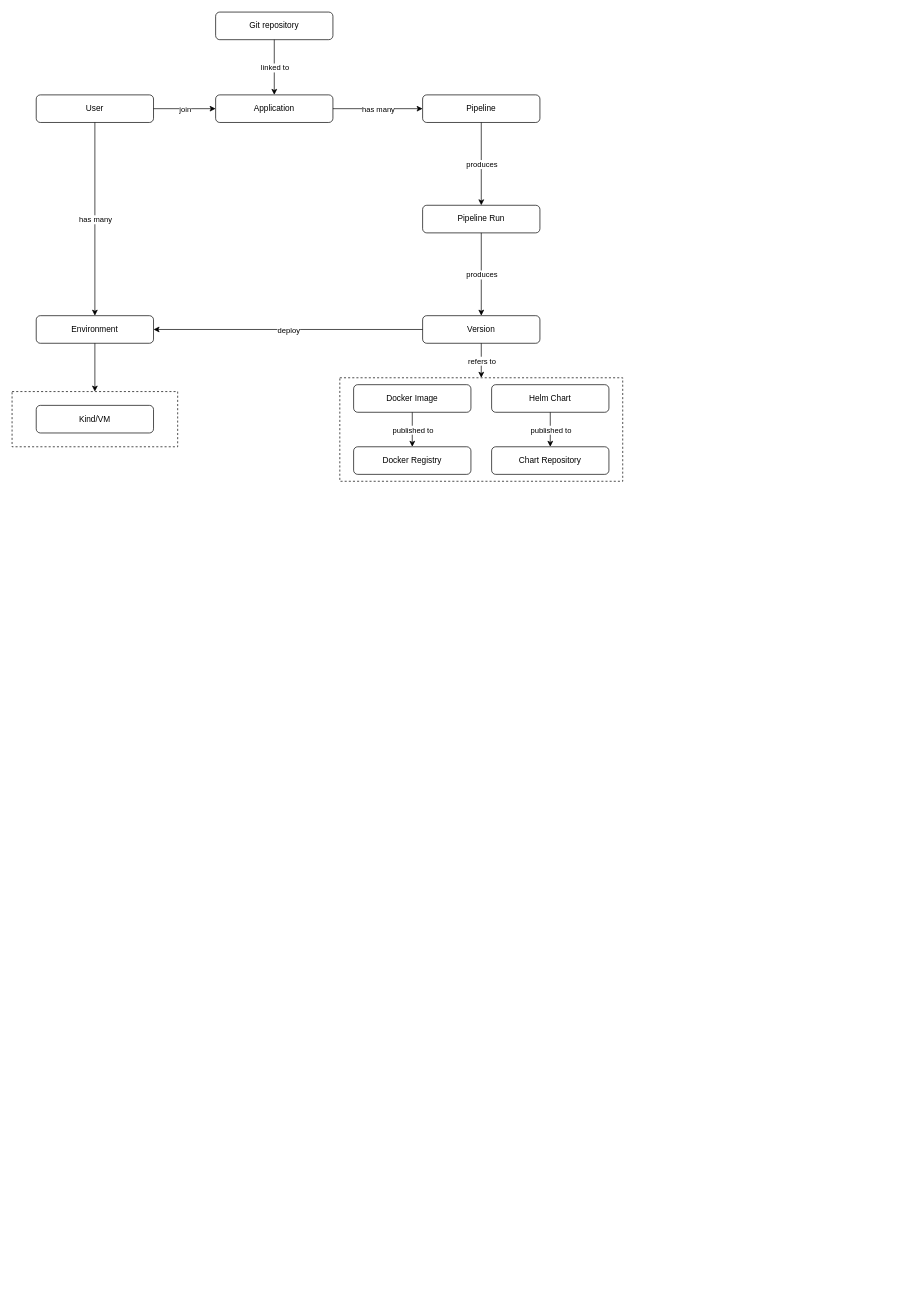
The draw.io diagram Untitled Diagram.drawio in shareinto/diagrams, before the edit. Source tidied: cells renumbered, new cells numbered last; positions are measured from the earlier drawing's top-left corner, leaving out a move shared by most shapes. Both pictures are drawn from the tidied source at 69%, with x=0, y=0 at pixel (12, 12).
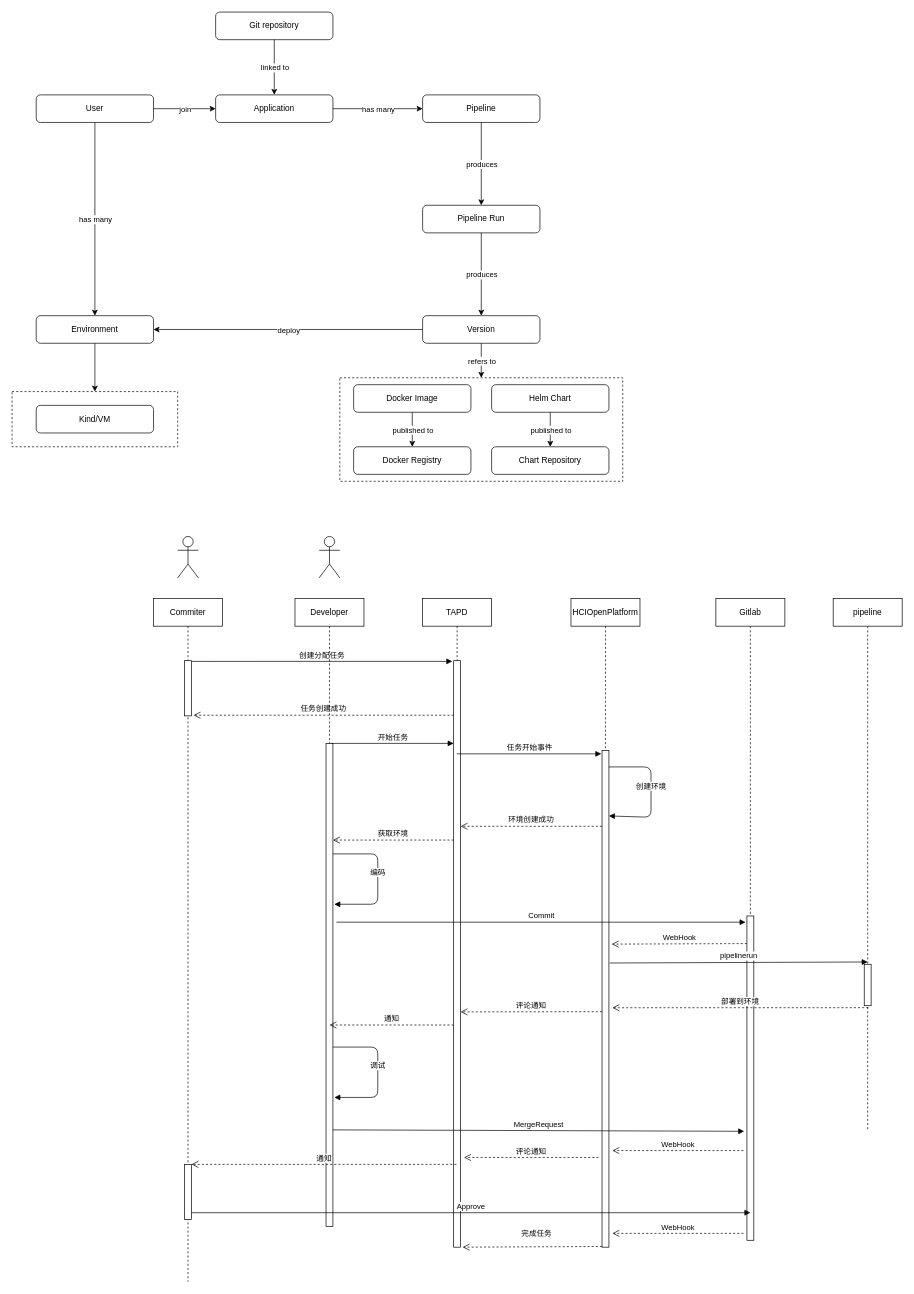
After the change.

What changed in the source:
```diff
@@
+    <mxCell id="37" value="Commiter" style="shape=umlLifeline;perimeter=lifelinePerimeter;whiteSpace=wrap;html=1;" parent="1" vertex="1">
+      <mxGeometry x="205" y="850" width="100" height="990" as="geometry" />
+    </mxCell>
+    <mxCell id="38" style="shape=umlActor;verticalLabelPosition=bottom;verticalAlign=top;html=1;" parent="1" vertex="1">
+      <mxGeometry x="240" y="760" width="30" height="60" as="geometry" />
+    </mxCell>
+    <mxCell id="39" value="TAPD" style="shape=umlLifeline;perimeter=lifelinePerimeter;whiteSpace=wrap;html=1;outlineConnect=0;" parent="1" vertex="1">
+      <mxGeometry x="595" y="850" width="100" height="300" as="geometry" />
+    </mxCell>
+    <mxCell id="40" style="html=1;points=[];perimeter=orthogonalPerimeter;" parent="1" vertex="1">
+      <mxGeometry x="250" y="940" width="10" height="80" as="geometry" />
+    </mxCell>
+    <mxCell id="41" style="html=1;points=[];perimeter=orthogonalPerimeter;" parent="1" vertex="1">
+      <mxGeometry x="640" y="940" width="10" height="850" as="geometry" />
+    </mxCell>
+    <mxCell id="42" value="任务创建成功" style="html=1;verticalAlign=bottom;endArrow=open;dashed=1;endSize=8;entryX=1.3;entryY=0.988;entryDx=0;entryDy=0;entryPerimeter=0;" parent="1" edge="1" source="41" target="40">
+      <mxGeometry relative="1" as="geometry" />
+    </mxCell>
+    <mxCell id="43" value="创建分配任务" style="html=1;verticalAlign=bottom;endArrow=block;exitX=1;exitY=0.013;exitDx=0;exitDy=0;exitPerimeter=0;" parent="1" edge="1" source="40">
+      <mxGeometry relative="1" as="geometry">
+        <mxPoint x="638" y="941" as="targetPoint" />
+      </mxGeometry>
+    </mxCell>
+    <mxCell id="44" value="Developer" style="shape=umlLifeline;perimeter=lifelinePerimeter;whiteSpace=wrap;html=1;" parent="1" vertex="1">
+      <mxGeometry x="410" y="850" width="100" height="620" as="geometry" />
+    </mxCell>
+    <mxCell id="45" style="shape=umlActor;verticalLabelPosition=bottom;verticalAlign=top;html=1;" parent="1" vertex="1">
+      <mxGeometry x="445" y="760" width="30" height="60" as="geometry" />
+    </mxCell>
+    <mxCell id="46" style="html=1;points=[];perimeter=orthogonalPerimeter;" parent="1" vertex="1">
+      <mxGeometry x="455" y="1060" width="10" height="700" as="geometry" />
+    </mxCell>
+    <mxCell id="47" value="开始任务" style="html=1;verticalAlign=bottom;endArrow=block;entryX=0;entryY=0.29;entryDx=0;entryDy=0;entryPerimeter=0;exitX=0.8;exitY=-0.003;exitDx=0;exitDy=0;exitPerimeter=0;" parent="1" edge="1">
+      <mxGeometry relative="1" as="geometry">
+        <mxPoint x="463" y="1059.9" as="sourcePoint" />
+        <mxPoint x="640" y="1059.9" as="targetPoint" />
+      </mxGeometry>
+    </mxCell>
+    <mxCell id="48" value="HCIOpenPlatform" style="shape=umlLifeline;perimeter=lifelinePerimeter;whiteSpace=wrap;html=1;" parent="1" vertex="1">
+      <mxGeometry x="810" y="850" width="100" height="580" as="geometry" />
+    </mxCell>
+    <mxCell id="49" style="html=1;points=[];perimeter=orthogonalPerimeter;" parent="1" vertex="1">
+      <mxGeometry x="855" y="1070" width="10" height="720" as="geometry" />
+    </mxCell>
+    <mxCell id="50" value="任务开始事件" style="html=1;verticalAlign=bottom;endArrow=block;entryX=-0.1;entryY=0.007;entryDx=0;entryDy=0;entryPerimeter=0;" parent="1" edge="1" source="39" target="49">
+      <mxGeometry relative="1" as="geometry" />
+    </mxCell>
+    <mxCell id="51" value="创建环境" style="html=1;verticalAlign=bottom;endArrow=block;" parent="1" edge="1">
+      <mxGeometry relative="1" as="geometry">
+        <mxPoint x="865" y="1094" as="sourcePoint" />
+        <mxPoint x="865" y="1165" as="targetPoint" />
+        <Array as="points">
+          <mxPoint x="926" y="1094" />
+          <mxPoint x="926" y="1167" />
+        </Array>
+      </mxGeometry>
+    </mxCell>
+    <mxCell id="52" value="环境创建成功" style="html=1;verticalAlign=bottom;endArrow=open;dashed=1;endSize=8;" parent="1" edge="1" target="41">
+      <mxGeometry relative="1" as="geometry">
+        <mxPoint x="855" y="1180" as="sourcePoint" />
+      </mxGeometry>
+    </mxCell>
+    <mxCell id="53" value="获取环境" style="html=1;verticalAlign=bottom;endArrow=open;dashed=1;endSize=8;" parent="1" edge="1" target="46">
+      <mxGeometry relative="1" as="geometry">
+        <mxPoint x="640" y="1200" as="sourcePoint" />
+      </mxGeometry>
+    </mxCell>
+    <mxCell id="54" value="编码" style="html=1;verticalAlign=bottom;endArrow=block;exitX=1;exitY=0.096;exitDx=0;exitDy=0;exitPerimeter=0;entryX=1.2;entryY=0.388;entryDx=0;entryDy=0;entryPerimeter=0;" parent="1" edge="1">
+      <mxGeometry relative="1" as="geometry">
+        <mxPoint x="465" y="1220" as="sourcePoint" />
+        <mxPoint x="467" y="1293" as="targetPoint" />
+        <Array as="points">
+          <mxPoint x="530" y="1220" />
+          <mxPoint x="530" y="1293" />
+        </Array>
+      </mxGeometry>
+    </mxCell>
+    <mxCell id="55" value="Gitlab" style="shape=umlLifeline;perimeter=lifelinePerimeter;whiteSpace=wrap;html=1;" parent="1" vertex="1">
+      <mxGeometry x="1020" y="850" width="100" height="580" as="geometry" />
+    </mxCell>
+    <mxCell id="56" value="Commit" style="html=1;verticalAlign=bottom;endArrow=block;" parent="1" edge="1">
+      <mxGeometry relative="1" as="geometry">
+        <mxPoint x="470" y="1319" as="sourcePoint" />
+        <mxPoint x="1063" y="1319" as="targetPoint" />
+      </mxGeometry>
+    </mxCell>
+    <mxCell id="57" style="html=1;points=[];perimeter=orthogonalPerimeter;" parent="1" vertex="1">
+      <mxGeometry x="1065" y="1310" width="10" height="470" as="geometry" />
+    </mxCell>
+    <mxCell id="58" value="pipeline" style="shape=umlLifeline;perimeter=lifelinePerimeter;whiteSpace=wrap;html=1;outlineConnect=0;" parent="1" vertex="1">
+      <mxGeometry x="1190" y="850" width="100" height="770" as="geometry" />
+    </mxCell>
+    <mxCell id="59" value="WebHook" style="html=1;verticalAlign=bottom;endArrow=open;dashed=1;endSize=8;entryX=1.4;entryY=0.39;entryDx=0;entryDy=0;entryPerimeter=0;" parent="1" edge="1" target="49">
+      <mxGeometry relative="1" as="geometry">
+        <mxPoint x="1065" y="1350" as="sourcePoint" />
+      </mxGeometry>
+    </mxCell>
+    <mxCell id="60" value="pipelinerun" style="html=1;verticalAlign=bottom;endArrow=block;exitX=1.1;exitY=0.428;exitDx=0;exitDy=0;exitPerimeter=0;entryX=0.5;entryY=0.684;entryDx=0;entryDy=0;entryPerimeter=0;" parent="1" edge="1" source="49" target="58">
+      <mxGeometry relative="1" as="geometry" />
+    </mxCell>
+    <mxCell id="61" value="部署到环境" style="html=1;verticalAlign=bottom;endArrow=open;dashed=1;endSize=8;exitX=0.51;exitY=0.77;exitDx=0;exitDy=0;exitPerimeter=0;" parent="1" edge="1" source="58">
+      <mxGeometry relative="1" as="geometry">
+        <mxPoint x="870" y="1443" as="targetPoint" />
+      </mxGeometry>
+    </mxCell>
+    <mxCell id="62" value="评论通知" style="html=1;verticalAlign=bottom;endArrow=open;dashed=1;endSize=8;exitX=0;exitY=0.526;exitDx=0;exitDy=0;exitPerimeter=0;" parent="1" edge="1" source="49">
+      <mxGeometry relative="1" as="geometry">
+        <mxPoint x="650" y="1449" as="targetPoint" />
+      </mxGeometry>
+    </mxCell>
+    <mxCell id="63" value="通知" style="html=1;verticalAlign=bottom;endArrow=open;dashed=1;endSize=8;" parent="1" edge="1" source="41">
+      <mxGeometry relative="1" as="geometry">
+        <mxPoint x="460" y="1468" as="targetPoint" />
+      </mxGeometry>
+    </mxCell>
+    <mxCell id="64" style="html=1;perimeter=orthogonalPerimeter;" parent="1" vertex="1">
+      <mxGeometry x="1235" y="1380" width="10" height="60" as="geometry" />
+    </mxCell>
+    <mxCell id="65" value="调试" style="html=1;verticalAlign=bottom;endArrow=block;exitX=1;exitY=0.096;exitDx=0;exitDy=0;exitPerimeter=0;entryX=1.2;entryY=0.388;entryDx=0;entryDy=0;entryPerimeter=0;" parent="1" edge="1">
+      <mxGeometry relative="1" as="geometry">
+        <mxPoint x="465" y="1500" as="sourcePoint" />
+        <mxPoint x="467" y="1573" as="targetPoint" />
+        <Array as="points">
+          <mxPoint x="530" y="1500" />
+          <mxPoint x="530" y="1573" />
+        </Array>
+      </mxGeometry>
+    </mxCell>
+    <mxCell id="66" value="MergeRequest" style="html=1;verticalAlign=bottom;endArrow=block;entryX=-0.4;entryY=0.664;entryDx=0;entryDy=0;entryPerimeter=0;" parent="1" edge="1" target="57">
+      <mxGeometry relative="1" as="geometry">
+        <mxPoint x="465" y="1620" as="sourcePoint" />
+      </mxGeometry>
+    </mxCell>
+    <mxCell id="67" value="WebHook" style="html=1;verticalAlign=bottom;endArrow=open;dashed=1;endSize=8;" parent="1" edge="1">
+      <mxGeometry relative="1" as="geometry">
+        <mxPoint x="1060" y="1650" as="sourcePoint" />
+        <mxPoint x="870" y="1650" as="targetPoint" />
+      </mxGeometry>
+    </mxCell>
+    <mxCell id="68" value="评论通知" style="html=1;verticalAlign=bottom;endArrow=open;dashed=1;endSize=8;" parent="1" edge="1">
+      <mxGeometry relative="1" as="geometry">
+        <mxPoint x="850" y="1660" as="sourcePoint" />
+        <mxPoint x="655" y="1660" as="targetPoint" />
+      </mxGeometry>
+    </mxCell>
+    <mxCell id="69" value="通知" style="html=1;verticalAlign=bottom;endArrow=open;dashed=1;endSize=8;" parent="1" edge="1" target="70">
+      <mxGeometry relative="1" as="geometry">
+        <mxPoint x="644" y="1670" as="sourcePoint" />
+      </mxGeometry>
+    </mxCell>
+    <mxCell id="70" style="html=1;points=[];perimeter=orthogonalPerimeter;" parent="1" vertex="1">
+      <mxGeometry x="250" y="1670" width="10" height="80" as="geometry" />
+    </mxCell>
+    <mxCell id="71" value="Approve" style="html=1;verticalAlign=bottom;endArrow=block;entryX=0.5;entryY=0.915;entryDx=0;entryDy=0;entryPerimeter=0;" parent="1" edge="1" source="70" target="57">
+      <mxGeometry relative="1" as="geometry" />
+    </mxCell>
+    <mxCell id="72" value="WebHook" style="html=1;verticalAlign=bottom;endArrow=open;dashed=1;endSize=8;" parent="1" edge="1">
+      <mxGeometry relative="1" as="geometry">
+        <mxPoint x="1060" y="1770" as="sourcePoint" />
+        <mxPoint x="870" y="1770" as="targetPoint" />
+      </mxGeometry>
+    </mxCell>
+    <mxCell id="73" value="完成任务" style="html=1;verticalAlign=bottom;endArrow=open;dashed=1;endSize=8;entryX=1.3;entryY=1;entryDx=0;entryDy=0;entryPerimeter=0;" parent="1" edge="1" target="41">
+      <mxGeometry x="-0.06" y="-9" relative="1" as="geometry">
+        <mxPoint x="855" y="1789" as="sourcePoint" />
+      </mxGeometry>
+    </mxCell>
```
